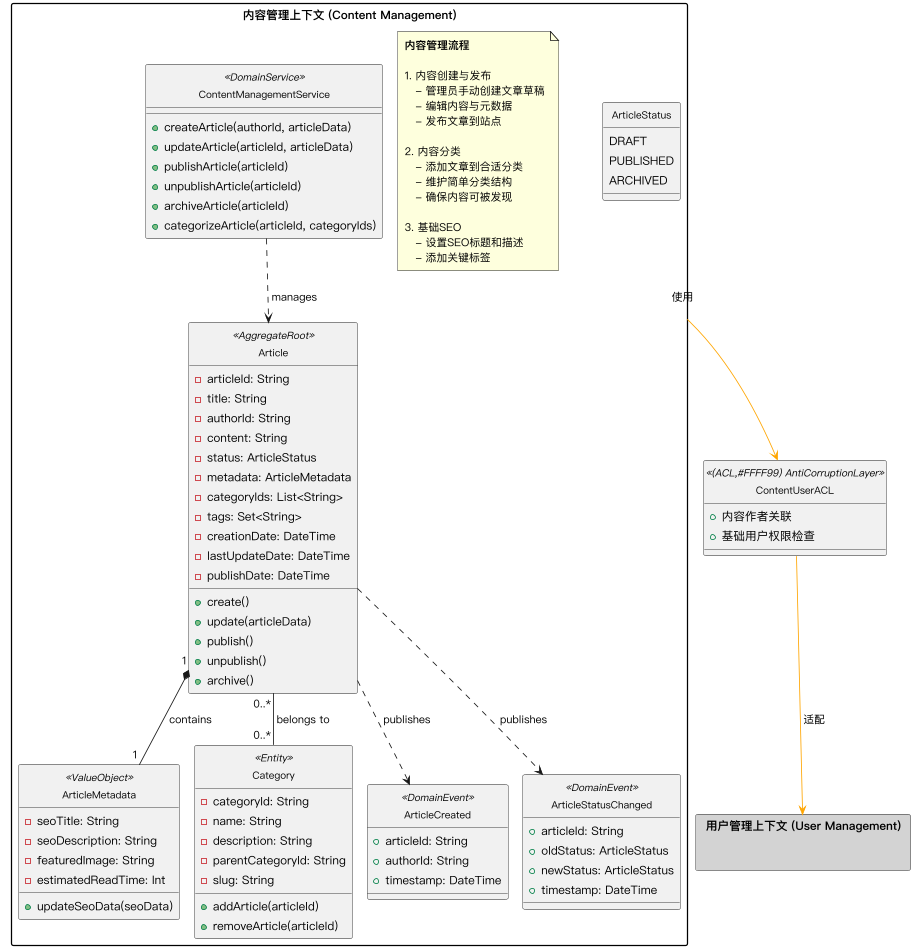
The PlantUML diagram outputs/content-context-diagram.png in drowningdog/UMLs, before a commit.
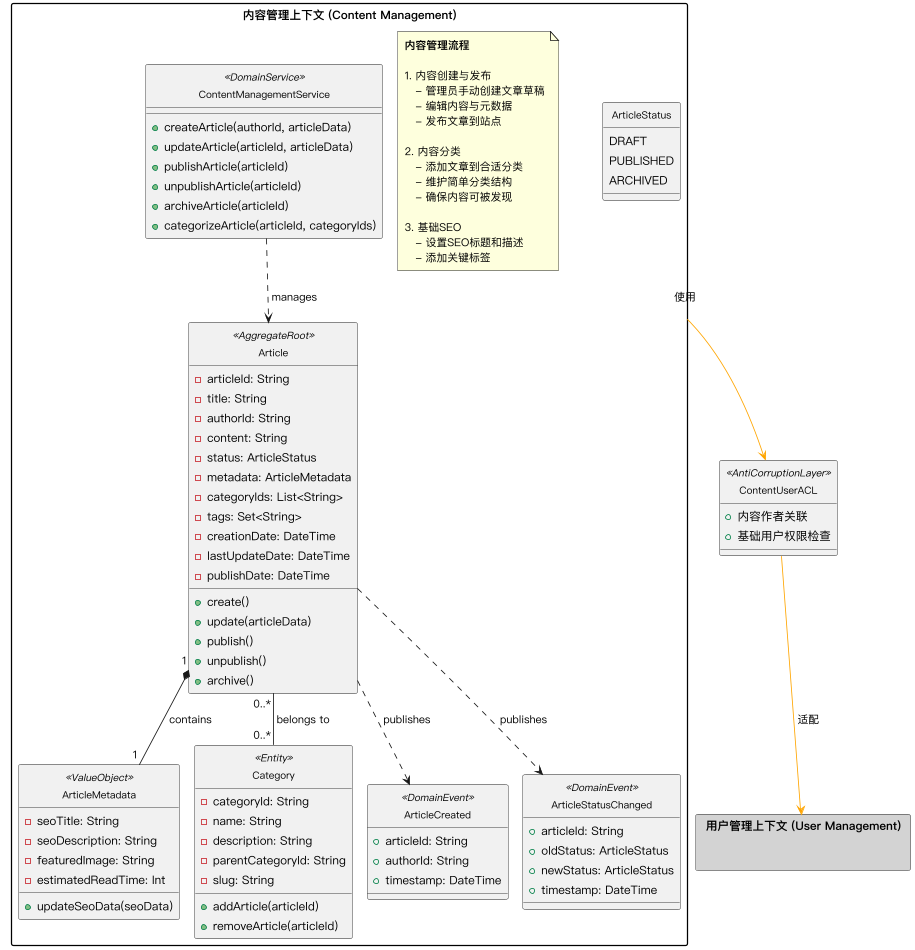
Later version of the same file.

Diff of the diagram source:
```diff
@@ -21,7 +21,7 @@
 !define ValueObject <<(V,#DDA0DD) ValueObject>>
 !define DomainService <<(S,#FFA07A) DomainService>>
 !define DomainEvent <<(D,#FFD700) DomainEvent>>
-!define ACL <<(ACL,#FFFF99) AntiCorruptionLayer>>
+!define ACL <<(L,#FFFF99) AntiCorruptionLayer>>
 
 package "内容管理上下文 (Content Management)" {
     class Article AggregateRoot {
```
